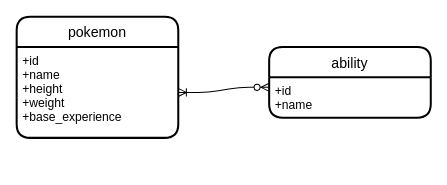
The draw.io diagram erd.drawio in aaroncruces/Prueba-mzzo, before the edit. Source tidied: cells renumbered, new cells numbered last; positions are measured from the earlier drawing's top-left corner, leaving out a move shared by most shapes. Both pictures are drawn from the tidied source at 101%, with x=0, y=0 at pixel (16, 16).
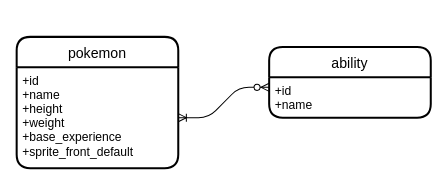
The same page after the edit.

Diff of the diagram source:
```diff
@@
 <mxGraphModel>
   <root>
     <mxCell id="0" />
     <mxCell id="1" parent="0" />
     <mxCell id="2" value="pokemon" style="swimlane;horizontal=1;startSize=30;rounded=1;fontSize=14;fontStyle=0;strokeWidth=2;shadow=0;dashed=0;align=center;" parent="1" vertex="1">
-      <mxGeometry width="160" height="120" as="geometry" />
+      <mxGeometry y="20" width="160" height="130" as="geometry" />
     </mxCell>
-    <mxCell id="3" value="+id&#10;+name&#10;+height&#10;+weight&#10;+base_experience&#10;" style="align=left;strokeColor=none;fillColor=none;spacingLeft=4;fontSize=12;verticalAlign=top;" parent="2" vertex="1">
-      <mxGeometry y="30" width="160" height="90" as="geometry" />
+    <mxCell id="3" value="+id&#10;+name&#10;+height&#10;+weight&#10;+base_experience&#10;+sprite_front_default&#10;" style="align=left;strokeColor=none;fillColor=none;spacingLeft=4;fontSize=12;verticalAlign=top;" parent="2" vertex="1">
+      <mxGeometry y="30" width="160" height="100" as="geometry" />
     </mxCell>
     <mxCell id="4" value="ability" style="swimlane;horizontal=1;startSize=30;rounded=1;fontSize=14;fontStyle=0;strokeWidth=2;shadow=0;dashed=0;align=center;" parent="1" vertex="1">
       <mxGeometry x="250" y="30" width="160" height="70" as="geometry" />
     </mxCell>
     <mxCell id="5" value="+id&#10;+name" style="align=left;strokeColor=none;fillColor=none;spacingLeft=4;fontSize=12;verticalAlign=top;" parent="4" vertex="1">
       <mxGeometry y="30" width="160" height="40" as="geometry" />
     </mxCell>
     <mxCell id="6" style="edgeStyle=entityRelationEdgeStyle;fontSize=12;html=1;endArrow=ERoneToMany;startArrow=ERzeroToMany;entryX=1;entryY=0.5;entryDx=0;entryDy=0;exitX=0;exitY=0.25;exitDx=0;exitDy=0;" parent="1" edge="1" source="5" target="3">
       <mxGeometry relative="1" as="geometry" />
     </mxCell>
   </root>
 </mxGraphModel>
```
